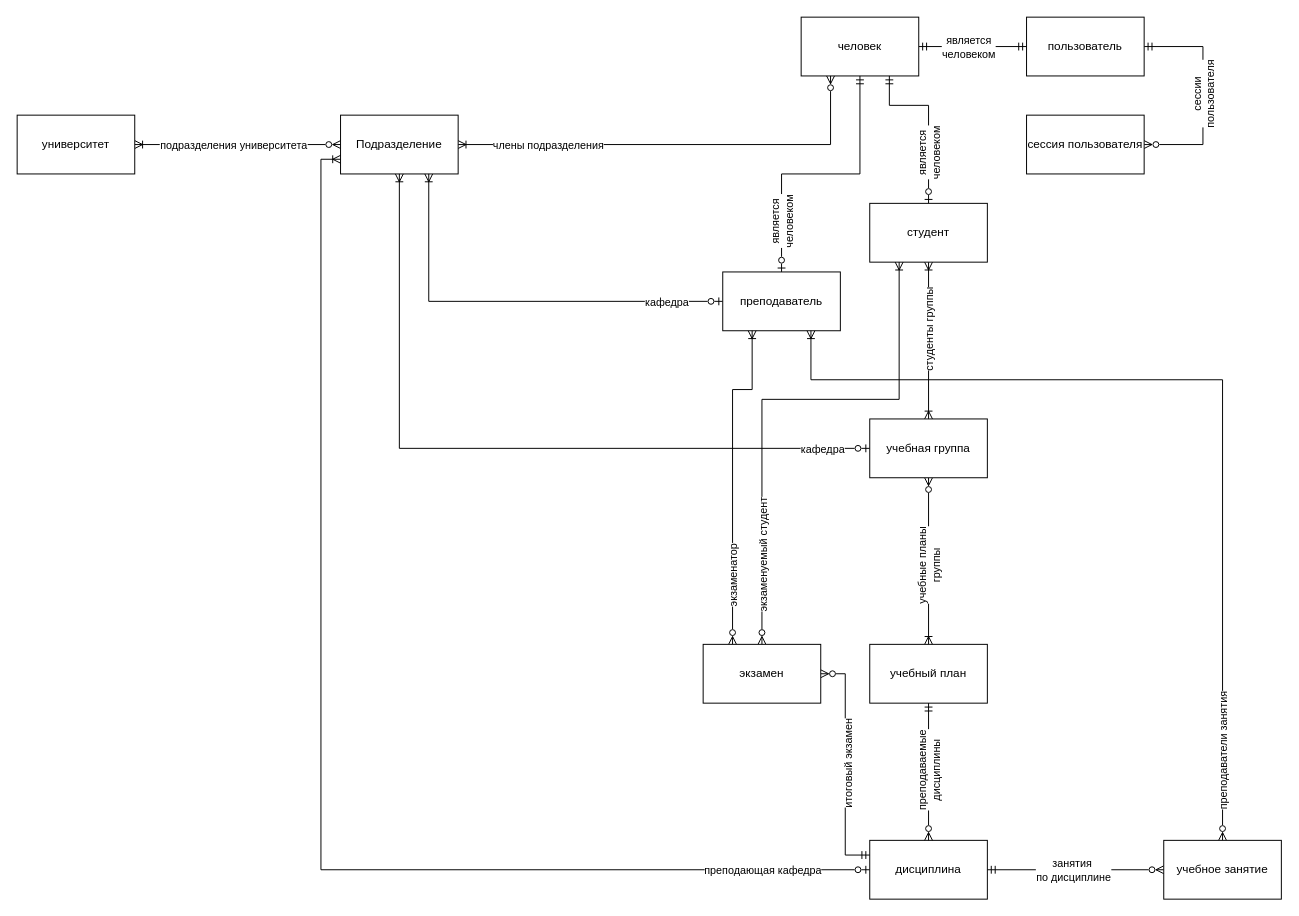
Danilka108/neti_informational_system keeps this draw.io diagram as entity_diagram.drawio. Above is the earlier version. Source tidied: cells renumbered, new cells numbered last; positions are measured from the earlier drawing's top-left corner, leaving out a move shared by most shapes. Both pictures are drawn from the tidied source at 98%, with x=0, y=0 at pixel (17, 17).
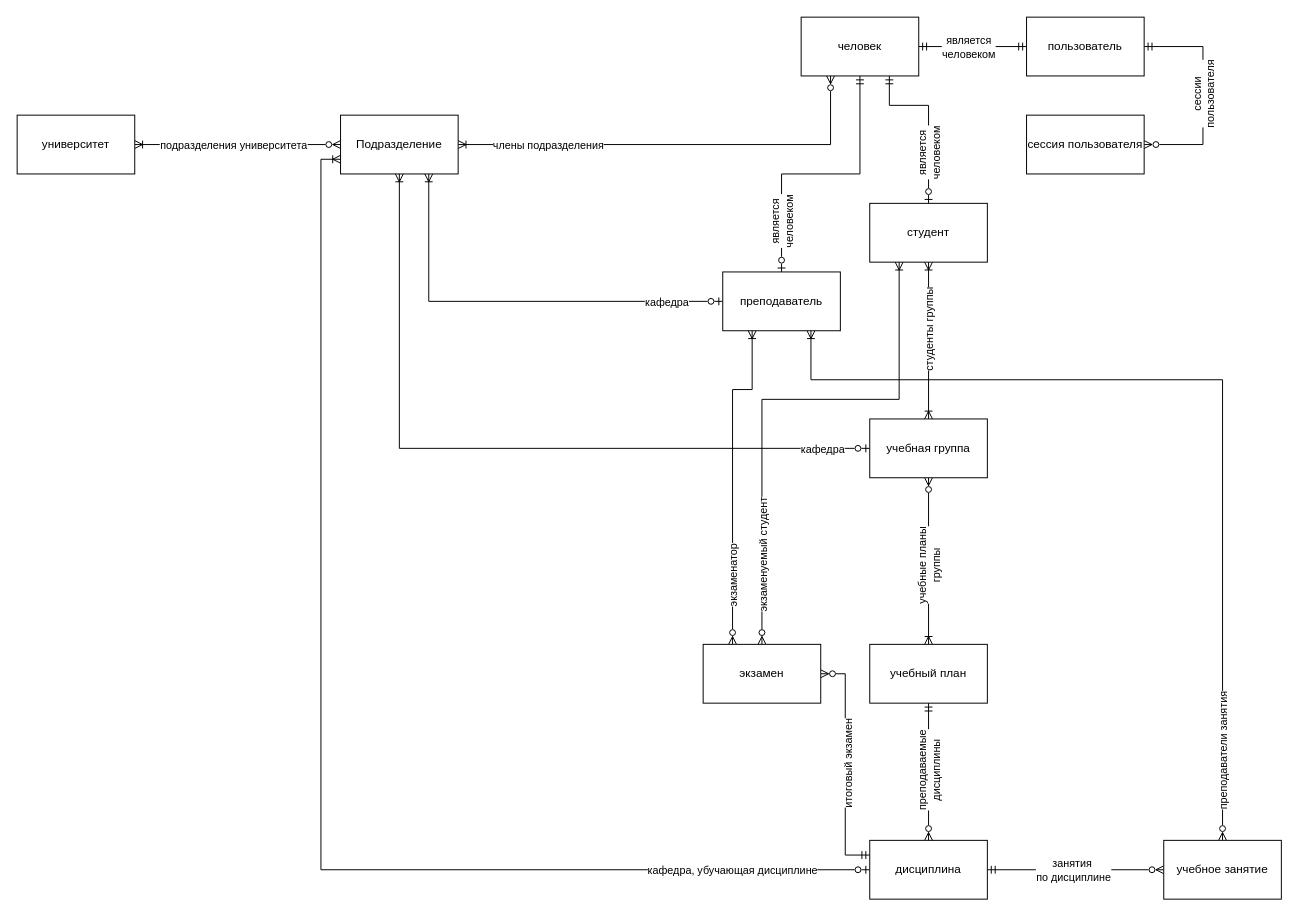
Above is the later version.

The change refers to these unchanged cells:
```xml
<mxCell id="27" style="edgeStyle=orthogonalEdgeStyle;rounded=0;jettySize=auto;html=1;entryX=0;entryY=0.75;entryDx=0;entryDy=0;endArrow=ERoneToMany;endFill=0;startArrow=ERzeroToOne;startFill=0;exitX=0;exitY=0.5;exitDx=0;exitDy=0;" parent="1" edge="1" source="29" target="9">
  <mxGeometry relative="1" as="geometry" />
</mxCell>
```

What changed in the source:
```diff
@@
-    <mxCell id="28" value="преподающая кафедра" style="edgeLabel;html=1;align=center;verticalAlign=middle;" parent="27" vertex="1">
+    <mxCell id="28" value="кафедра, убучающая дисциплине" style="edgeLabel;html=1;align=center;verticalAlign=middle;" parent="27" vertex="1">
       <mxGeometry x="-0.8" y="-2" relative="1" as="geometry">
-        <mxPoint x="20" y="2" as="offset" />
+        <mxPoint x="-11" y="2" as="offset" />
       </mxGeometry>
     </mxCell>
```
